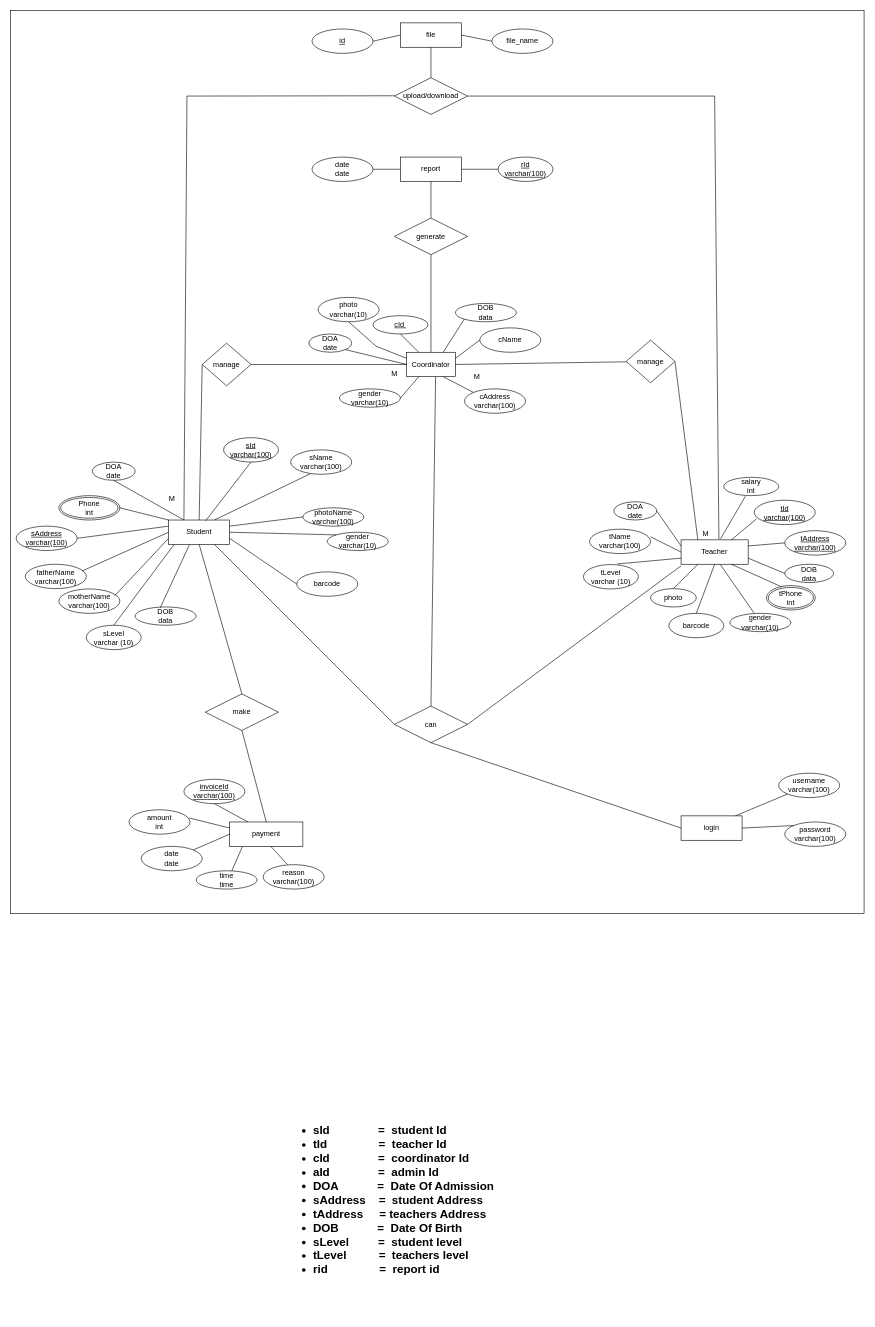
Above: ER-Diagram.drawio in Dulara-Akalanka/Group-Software-Project (draw.io), before the change. Source tidied: cells renumbered, new cells numbered last; positions are measured from the earlier drawing's top-left corner, leaving out a move shared by most shapes. Both pictures are drawn from the tidied source at 61%, with x=0, y=0 at pixel (10, 10).
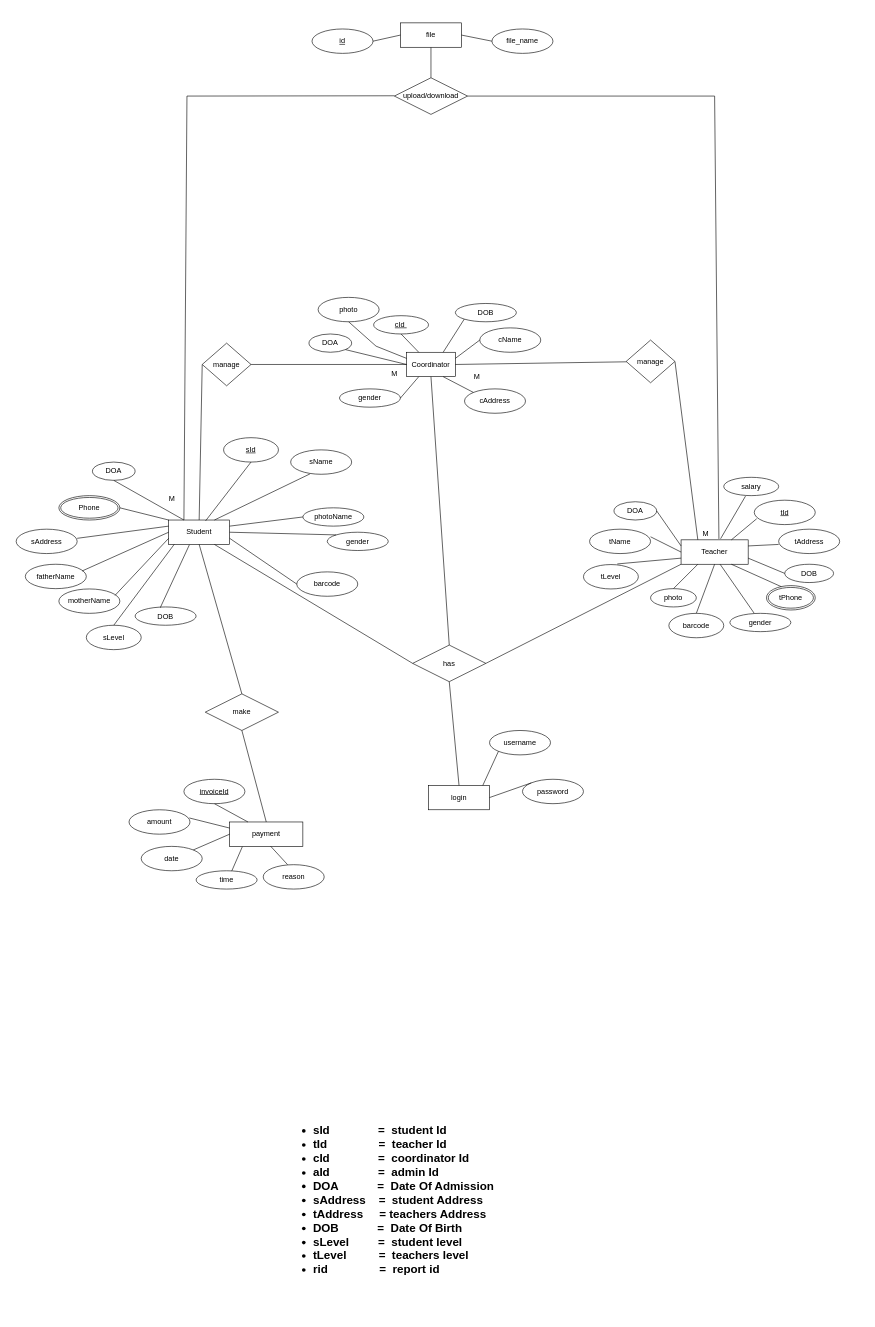
The same diagram, later.

The change refers to these unchanged cells:
```xml
<mxCell id="2" value="Student" style="whiteSpace=wrap;html=1;align=center;" parent="1" vertex="1">
  <mxGeometry x="259" y="835" width="100" height="40" as="geometry" />
</mxCell>
<mxCell id="3" value="Teacher" style="whiteSpace=wrap;html=1;align=center;" parent="1" vertex="1">
  <mxGeometry x="1099" y="867.5" width="110" height="40" as="geometry" />
</mxCell>
<mxCell id="29" value="Coordinator" style="whiteSpace=wrap;html=1;align=center;" parent="1" vertex="1">
  <mxGeometry x="649" y="560" width="80" height="40" as="geometry" />
</mxCell>
```

Diff of the diagram source:
```diff
@@
-    <mxCell id="4" value="sId&lt;br&gt;varchar(100)" style="ellipse;whiteSpace=wrap;html=1;align=center;fontStyle=4;" parent="1" vertex="1">
+    <mxCell id="4" value="sId&lt;br&gt;" style="ellipse;whiteSpace=wrap;html=1;align=center;fontStyle=4;" parent="1" vertex="1">
       <mxGeometry x="349" y="700" width="90" height="40" as="geometry" />
     </mxCell>
-    <mxCell id="5" value="sName&lt;br&gt;varchar(100)" style="ellipse;whiteSpace=wrap;html=1;align=center;" parent="1" vertex="1">
+    <mxCell id="5" value="sName&lt;br&gt;" style="ellipse;whiteSpace=wrap;html=1;align=center;" parent="1" vertex="1">
       <mxGeometry x="459" y="720" width="100" height="40" as="geometry" />
     </mxCell>
-    <mxCell id="6" value="tId&lt;br&gt;varchar(100)" style="ellipse;whiteSpace=wrap;html=1;align=center;fontStyle=4;" parent="1" vertex="1">
+    <mxCell id="6" value="tId&lt;br&gt;" style="ellipse;whiteSpace=wrap;html=1;align=center;fontStyle=4;" parent="1" vertex="1">
       <mxGeometry x="1219" y="802.5" width="100" height="40" as="geometry" />
     </mxCell>
-    <mxCell id="7" value="tName&lt;br&gt;varchar(100)" style="ellipse;whiteSpace=wrap;html=1;align=center;" parent="1" vertex="1">
+    <mxCell id="7" value="tName&lt;br&gt;" style="ellipse;whiteSpace=wrap;html=1;align=center;" parent="1" vertex="1">
       <mxGeometry x="949" y="850" width="100" height="40" as="geometry" />
     </mxCell>
-    <mxCell id="8" value="sAddress&lt;br&gt;varchar(100)" style="ellipse;whiteSpace=wrap;html=1;align=center;fontStyle=4;" parent="1" vertex="1">
-      <mxGeometry x="9" y="845" width="100" height="40" as="geometry" />
-    </mxCell>
-    <mxCell id="9" value="tAddress&lt;br&gt;varchar(100)" style="ellipse;whiteSpace=wrap;html=1;align=center;fontStyle=4;" parent="1" vertex="1">
-      <mxGeometry x="1269" y="852.5" width="100" height="40" as="geometry" />
-    </mxCell>
-    <mxCell id="10" value="Phone&lt;br&gt;int" style="ellipse;shape=doubleEllipse;margin=3;whiteSpace=wrap;html=1;align=center;" parent="1" vertex="1">
+    <mxCell id="10" value="Phone&lt;br&gt;" style="ellipse;shape=doubleEllipse;margin=3;whiteSpace=wrap;html=1;align=center;" parent="1" vertex="1">
       <mxGeometry x="79" y="795" width="100" height="40" as="geometry" />
     </mxCell>
-    <mxCell id="11" value="tPhone&lt;br&gt;int" style="ellipse;shape=doubleEllipse;margin=3;whiteSpace=wrap;html=1;align=center;" parent="1" vertex="1">
+    <mxCell id="11" value="tPhone&lt;br&gt;" style="ellipse;shape=doubleEllipse;margin=3;whiteSpace=wrap;html=1;align=center;" parent="1" vertex="1">
       <mxGeometry x="1239" y="942.5" width="80" height="40" as="geometry" />
     </mxCell>
-    <mxCell id="12" value="motherName&lt;br&gt;varchar(100)" style="ellipse;whiteSpace=wrap;html=1;align=center;" parent="1" vertex="1">
+    <mxCell id="12" value="motherName&lt;br&gt;" style="ellipse;whiteSpace=wrap;html=1;align=center;" parent="1" vertex="1">
       <mxGeometry x="79" y="948" width="100" height="40" as="geometry" />
     </mxCell>
-    <mxCell id="13" value="fatherName&lt;br&gt;varchar(100)" style="ellipse;whiteSpace=wrap;html=1;align=center;" parent="1" vertex="1">
+    <mxCell id="13" value="fatherName&lt;br&gt;" style="ellipse;whiteSpace=wrap;html=1;align=center;" parent="1" vertex="1">
       <mxGeometry x="24" y="907.5" width="100" height="40" as="geometry" />
     </mxCell>
-    <mxCell id="14" value="DOB&lt;br&gt;data" style="ellipse;whiteSpace=wrap;html=1;align=center;" parent="1" vertex="1">
+    <mxCell id="14" value="DOB&lt;br&gt;" style="ellipse;whiteSpace=wrap;html=1;align=center;" parent="1" vertex="1">
       <mxGeometry x="204" y="977.5" width="100" height="30" as="geometry" />
     </mxCell>
-    <mxCell id="15" value="gender&lt;br&gt;varchar(10)" style="ellipse;whiteSpace=wrap;html=1;align=center;" parent="1" vertex="1">
+    <mxCell id="15" value="gender&lt;br&gt;" style="ellipse;whiteSpace=wrap;html=1;align=center;" parent="1" vertex="1">
       <mxGeometry x="519" y="855" width="100" height="30" as="geometry" />
     </mxCell>
-    <mxCell id="16" value="photoName&lt;br&gt;varchar(100)" style="ellipse;whiteSpace=wrap;html=1;align=center;" parent="1" vertex="1">
+    <mxCell id="16" value="photoName&lt;br&gt;" style="ellipse;whiteSpace=wrap;html=1;align=center;" parent="1" vertex="1">
       <mxGeometry x="479" y="815" width="100" height="30" as="geometry" />
     </mxCell>
@@
-    <mxCell id="25" style="endArrow=none;html=1;rounded=0;entryX=0;entryY=0.25;entryDx=0;entryDy=0;exitX=1;exitY=0.5;exitDx=0;exitDy=0;entryPerimeter=0;" parent="1" edge="1" source="8" target="2">
-      <mxGeometry relative="1" as="geometry" />
+    <mxCell id="25" style="endArrow=none;html=1;rounded=0;entryX=0;entryY=0.25;entryDx=0;entryDy=0;exitX=1;exitY=0.5;exitDx=0;exitDy=0;entryPerimeter=0;" parent="1" edge="1" target="2">
+      <mxGeometry relative="1" as="geometry">
+        <mxPoint x="109" y="865" as="sourcePoint" />
+      </mxGeometry>
     </mxCell>
@@
-    <mxCell id="27" value="DOB&lt;br&gt;data" style="ellipse;whiteSpace=wrap;html=1;align=center;" parent="1" vertex="1">
+    <mxCell id="27" value="DOB&lt;br&gt;" style="ellipse;whiteSpace=wrap;html=1;align=center;" parent="1" vertex="1">
       <mxGeometry x="1269" y="907.5" width="80" height="30" as="geometry" />
     </mxCell>
-    <mxCell id="28" value="gender&lt;br&gt;varchar(10)" style="ellipse;whiteSpace=wrap;html=1;align=center;" parent="1" vertex="1">
+    <mxCell id="28" value="gender&lt;br&gt;" style="ellipse;whiteSpace=wrap;html=1;align=center;" parent="1" vertex="1">
       <mxGeometry x="1179" y="988" width="100" height="30" as="geometry" />
     </mxCell>
@@
-    <mxCell id="40" value="DOA&lt;br&gt;date" style="ellipse;whiteSpace=wrap;html=1;" parent="1" vertex="1">
+    <mxCell id="40" value="DOA&lt;br&gt;" style="ellipse;whiteSpace=wrap;html=1;" parent="1" vertex="1">
       <mxGeometry x="134" y="740" width="70" height="30" as="geometry" />
     </mxCell>
-    <mxCell id="41" value="DOA&lt;br&gt;date" style="ellipse;whiteSpace=wrap;html=1;direction=south;" parent="1" vertex="1">
+    <mxCell id="41" value="DOA&lt;br&gt;" style="ellipse;whiteSpace=wrap;html=1;direction=south;" parent="1" vertex="1">
       <mxGeometry x="989" y="805" width="70" height="30" as="geometry" />
     </mxCell>
-    <mxCell id="42" value="salary&lt;br&gt;int" style="ellipse;whiteSpace=wrap;html=1;" parent="1" vertex="1">
+    <mxCell id="42" value="salary&lt;br&gt;" style="ellipse;whiteSpace=wrap;html=1;" parent="1" vertex="1">
       <mxGeometry x="1169" y="765" width="90" height="30" as="geometry" />
     </mxCell>
@@
-    <mxCell id="52" style="endArrow=none;html=1;rounded=0;entryX=0;entryY=0.5;entryDx=0;entryDy=0;exitX=1;exitY=0.25;exitDx=0;exitDy=0;" parent="1" edge="1" source="3" target="9">
-      <mxGeometry relative="1" as="geometry" />
+    <mxCell id="52" style="endArrow=none;html=1;rounded=0;entryX=0;entryY=0.5;entryDx=0;entryDy=0;exitX=1;exitY=0.25;exitDx=0;exitDy=0;" parent="1" edge="1" source="3">
+      <mxGeometry relative="1" as="geometry">
+        <mxPoint x="1259" y="875" as="targetPoint" />
+      </mxGeometry>
     </mxCell>
     <mxCell id="53" value="&lt;u&gt;cId&amp;nbsp;&lt;/u&gt;" style="ellipse;whiteSpace=wrap;html=1;" parent="1" vertex="1">
-      <mxGeometry x="594" y="500" width="90" height="30" as="geometry" />
+      <mxGeometry x="595" y="500" width="90" height="30" as="geometry" />
     </mxCell>
-    <mxCell id="54" style="endArrow=none;html=1;rounded=0;exitX=0.5;exitY=0;exitDx=0;exitDy=0;" parent="1" edge="1" source="29">
-      <mxGeometry relative="1" as="geometry">
-        <mxPoint x="689" y="400" as="targetPoint" />
-      </mxGeometry>
-    </mxCell>
@@
-    <mxCell id="58" value="amount&lt;br&gt;int" style="ellipse;whiteSpace=wrap;html=1;align=center;" parent="1" vertex="1">
+    <mxCell id="58" value="amount&lt;br&gt;" style="ellipse;whiteSpace=wrap;html=1;align=center;" parent="1" vertex="1">
       <mxGeometry x="194" y="1310" width="100" height="40" as="geometry" />
     </mxCell>
-    <mxCell id="59" value="invoiceId&lt;br&gt;varchar(100)" style="ellipse;whiteSpace=wrap;html=1;align=center;fontStyle=4;" parent="1" vertex="1">
+    <mxCell id="59" value="invoiceId&lt;br&gt;" style="ellipse;whiteSpace=wrap;html=1;align=center;fontStyle=4;" parent="1" vertex="1">
       <mxGeometry x="284" y="1260" width="100" height="40" as="geometry" />
     </mxCell>
-    <mxCell id="60" value="date&lt;br&gt;date" style="ellipse;whiteSpace=wrap;html=1;align=center;" parent="1" vertex="1">
+    <mxCell id="60" value="date&lt;br&gt;" style="ellipse;whiteSpace=wrap;html=1;align=center;" parent="1" vertex="1">
       <mxGeometry x="214" y="1370" width="100" height="40" as="geometry" />
     </mxCell>
-    <mxCell id="61" value="time&lt;br&gt;time" style="ellipse;whiteSpace=wrap;html=1;align=center;" parent="1" vertex="1">
+    <mxCell id="61" value="time&lt;br&gt;" style="ellipse;whiteSpace=wrap;html=1;align=center;" parent="1" vertex="1">
       <mxGeometry x="304" y="1410" width="100" height="30" as="geometry" />
     </mxCell>
@@
-    <mxCell id="63" value="cAddress&lt;br&gt;varchar(100)" style="ellipse;whiteSpace=wrap;html=1;align=center;" parent="1" vertex="1">
+    <mxCell id="63" value="cAddress&lt;br&gt;" style="ellipse;whiteSpace=wrap;html=1;align=center;" parent="1" vertex="1">
       <mxGeometry x="744" y="620" width="100" height="40" as="geometry" />
     </mxCell>
-    <mxCell id="64" value="photo&lt;br&gt;varchar(10)" style="ellipse;whiteSpace=wrap;html=1;align=center;" parent="1" vertex="1">
+    <mxCell id="64" value="photo&lt;br&gt;" style="ellipse;whiteSpace=wrap;html=1;align=center;" parent="1" vertex="1">
       <mxGeometry x="504" y="470" width="100" height="40" as="geometry" />
     </mxCell>
-    <mxCell id="65" value="gender&lt;br&gt;varchar(10)" style="ellipse;whiteSpace=wrap;html=1;align=center;" parent="1" vertex="1">
+    <mxCell id="65" value="gender&lt;br&gt;" style="ellipse;whiteSpace=wrap;html=1;align=center;" parent="1" vertex="1">
       <mxGeometry x="539" y="620" width="100" height="30" as="geometry" />
     </mxCell>
-    <mxCell id="66" value="reason&lt;br&gt;varchar(100)" style="ellipse;whiteSpace=wrap;html=1;align=center;" parent="1" vertex="1">
+    <mxCell id="66" value="reason&lt;br&gt;" style="ellipse;whiteSpace=wrap;html=1;align=center;" parent="1" vertex="1">
       <mxGeometry x="414" y="1400" width="100" height="40" as="geometry" />
     </mxCell>
-    <mxCell id="67" value="DOB&lt;br&gt;data" style="ellipse;whiteSpace=wrap;html=1;align=center;" parent="1" vertex="1">
+    <mxCell id="67" value="DOB&lt;br&gt;" style="ellipse;whiteSpace=wrap;html=1;align=center;" parent="1" vertex="1">
       <mxGeometry x="729" y="480" width="100" height="30" as="geometry" />
     </mxCell>
-    <mxCell id="68" value="DOA&lt;br&gt;date" style="ellipse;whiteSpace=wrap;html=1;" parent="1" vertex="1">
+    <mxCell id="68" value="DOA&lt;br&gt;" style="ellipse;whiteSpace=wrap;html=1;" parent="1" vertex="1">
       <mxGeometry x="489" y="530" width="70" height="30" as="geometry" />
     </mxCell>
-    <mxCell id="69" value="sLevel&lt;br&gt;varchar (10)" style="ellipse;whiteSpace=wrap;html=1;align=center;" parent="1" vertex="1">
+    <mxCell id="69" value="sLevel" style="ellipse;whiteSpace=wrap;html=1;align=center;" parent="1" vertex="1">
       <mxGeometry x="124" y="1007.5" width="90" height="40" as="geometry" />
     </mxCell>
-    <mxCell id="70" value="tLevel&lt;br&gt;varchar (10)" style="ellipse;whiteSpace=wrap;html=1;align=center;" parent="1" vertex="1">
+    <mxCell id="70" value="tLevel&lt;br&gt;" style="ellipse;whiteSpace=wrap;html=1;align=center;" parent="1" vertex="1">
       <mxGeometry x="939" y="908" width="90" height="40" as="geometry" />
     </mxCell>
@@
-    <mxCell id="80" value="can" style="shape=rhombus;perimeter=rhombusPerimeter;whiteSpace=wrap;html=1;align=center;" parent="1" vertex="1">
-      <mxGeometry x="629" y="1140" width="120" height="60" as="geometry" />
+    <mxCell id="80" value="has" style="shape=rhombus;perimeter=rhombusPerimeter;whiteSpace=wrap;html=1;align=center;" parent="1" vertex="1">
+      <mxGeometry x="659" y="1040" width="120" height="60" as="geometry" />
     </mxCell>
     <mxCell id="81" value="login" style="whiteSpace=wrap;html=1;align=center;" parent="1" vertex="1">
-      <mxGeometry x="1099" y="1320" width="100" height="40" as="geometry" />
+      <mxGeometry x="685" y="1270" width="100" height="40" as="geometry" />
     </mxCell>
-    <mxCell id="82" style="endArrow=none;html=1;rounded=0;exitX=0.5;exitY=1;exitDx=0;exitDy=0;entryX=0;entryY=0.5;entryDx=0;entryDy=0;" parent="1" edge="1" source="80" target="81">
+    <mxCell id="82" style="endArrow=none;html=1;rounded=0;exitX=0.5;exitY=1;exitDx=0;exitDy=0;entryX=0.5;entryY=0;entryDx=0;entryDy=0;" parent="1" edge="1" source="80" target="81">
       <mxGeometry relative="1" as="geometry" />
     </mxCell>
@@
-    <mxCell id="84" style="endArrow=none;html=1;rounded=0;exitX=0.595;exitY=1.005;exitDx=0;exitDy=0;exitPerimeter=0;entryX=0.5;entryY=0;entryDx=0;entryDy=0;" parent="1" edge="1" source="29" target="80">
+    <mxCell id="84" style="endArrow=none;html=1;rounded=0;entryX=0.5;entryY=0;entryDx=0;entryDy=0;exitX=0.5;exitY=1;exitDx=0;exitDy=0;" parent="1" edge="1" source="29" target="80">
       <mxGeometry relative="1" as="geometry" />
     </mxCell>
-    <mxCell id="85" style="endArrow=none;html=1;rounded=0;exitX=1;exitY=0.5;exitDx=0;exitDy=0;" parent="1" edge="1" source="80">
-      <mxGeometry relative="1" as="geometry">
-        <mxPoint x="1099" y="910" as="targetPoint" />
-      </mxGeometry>
+    <mxCell id="85" style="endArrow=none;html=1;rounded=0;exitX=1;exitY=0.5;exitDx=0;exitDy=0;entryX=0;entryY=1;entryDx=0;entryDy=0;" parent="1" edge="1" source="80" target="3">
+      <mxGeometry relative="1" as="geometry" />
     </mxCell>
-    <mxCell id="86" value="username&lt;br&gt;varchar(100)" style="ellipse;whiteSpace=wrap;html=1;align=center;" parent="1" vertex="1">
-      <mxGeometry x="1259" y="1250" width="100" height="40" as="geometry" />
+    <mxCell id="86" value="username&lt;br&gt;" style="ellipse;whiteSpace=wrap;html=1;align=center;" parent="1" vertex="1">
+      <mxGeometry x="785" y="1180" width="100" height="40" as="geometry" />
     </mxCell>
-    <mxCell id="87" value="password&lt;br&gt;varchar(100)" style="ellipse;whiteSpace=wrap;html=1;align=center;" parent="1" vertex="1">
-      <mxGeometry x="1269" y="1330" width="100" height="40" as="geometry" />
+    <mxCell id="87" value="password&lt;br&gt;" style="ellipse;whiteSpace=wrap;html=1;align=center;" parent="1" vertex="1">
+      <mxGeometry x="839" y="1260" width="100" height="40" as="geometry" />
     </mxCell>
@@
-    <mxCell id="96" value="generate" style="shape=rhombus;perimeter=rhombusPerimeter;whiteSpace=wrap;html=1;align=center;" parent="1" vertex="1">
-      <mxGeometry x="629" y="340" width="120" height="60" as="geometry" />
-    </mxCell>
@@
-    <mxCell id="98" value="report" style="whiteSpace=wrap;html=1;align=center;" parent="1" vertex="1">
-      <mxGeometry x="639" y="240" width="100" height="40" as="geometry" />
-    </mxCell>
-    <mxCell id="99" style="endArrow=none;html=1;rounded=0;exitX=0.5;exitY=0;exitDx=0;exitDy=0;entryX=0.5;entryY=1;entryDx=0;entryDy=0;" parent="1" edge="1" source="96" target="98">
-      <mxGeometry relative="1" as="geometry" />
-    </mxCell>
@@
-    <mxCell id="110" value="date&lt;br&gt;date" style="ellipse;whiteSpace=wrap;html=1;align=center;" parent="1" vertex="1">
-      <mxGeometry x="494" y="240" width="100" height="40" as="geometry" />
-    </mxCell>
-    <mxCell id="111" style="endArrow=none;html=1;rounded=0;entryX=0;entryY=0.5;entryDx=0;entryDy=0;exitX=1;exitY=0.5;exitDx=0;exitDy=0;" parent="1" edge="1" source="110" target="98">
-      <mxGeometry relative="1" as="geometry" />
-    </mxCell>
-    <mxCell id="112" value="rId&lt;br&gt;varchar(100)" style="ellipse;whiteSpace=wrap;html=1;align=center;fontStyle=4;" parent="1" vertex="1">
-      <mxGeometry x="799" y="240" width="90" height="40" as="geometry" />
-    </mxCell>
-    <mxCell id="113" style="endArrow=none;html=1;rounded=0;exitX=1;exitY=0.5;exitDx=0;exitDy=0;entryX=0;entryY=0.5;entryDx=0;entryDy=0;" parent="1" edge="1" source="98" target="112">
-      <mxGeometry relative="1" as="geometry" />
-    </mxCell>
@@
-    <mxCell id="116" style="rounded=0;whiteSpace=wrap;html=1;fillColor=none;" parent="1" vertex="1">
-      <mxGeometry width="1399" height="1480" as="geometry" />
-    </mxCell>
@@
+    <mxCell id="118" value="tAddress" style="ellipse;whiteSpace=wrap;html=1;align=center;" parent="1" vertex="1">
+      <mxGeometry x="1259" y="850" width="100" height="40" as="geometry" />
+    </mxCell>
+    <mxCell id="119" value="sAddress" style="ellipse;whiteSpace=wrap;html=1;align=center;" parent="1" vertex="1">
+      <mxGeometry x="9" y="850" width="100" height="40" as="geometry" />
+    </mxCell>
```
